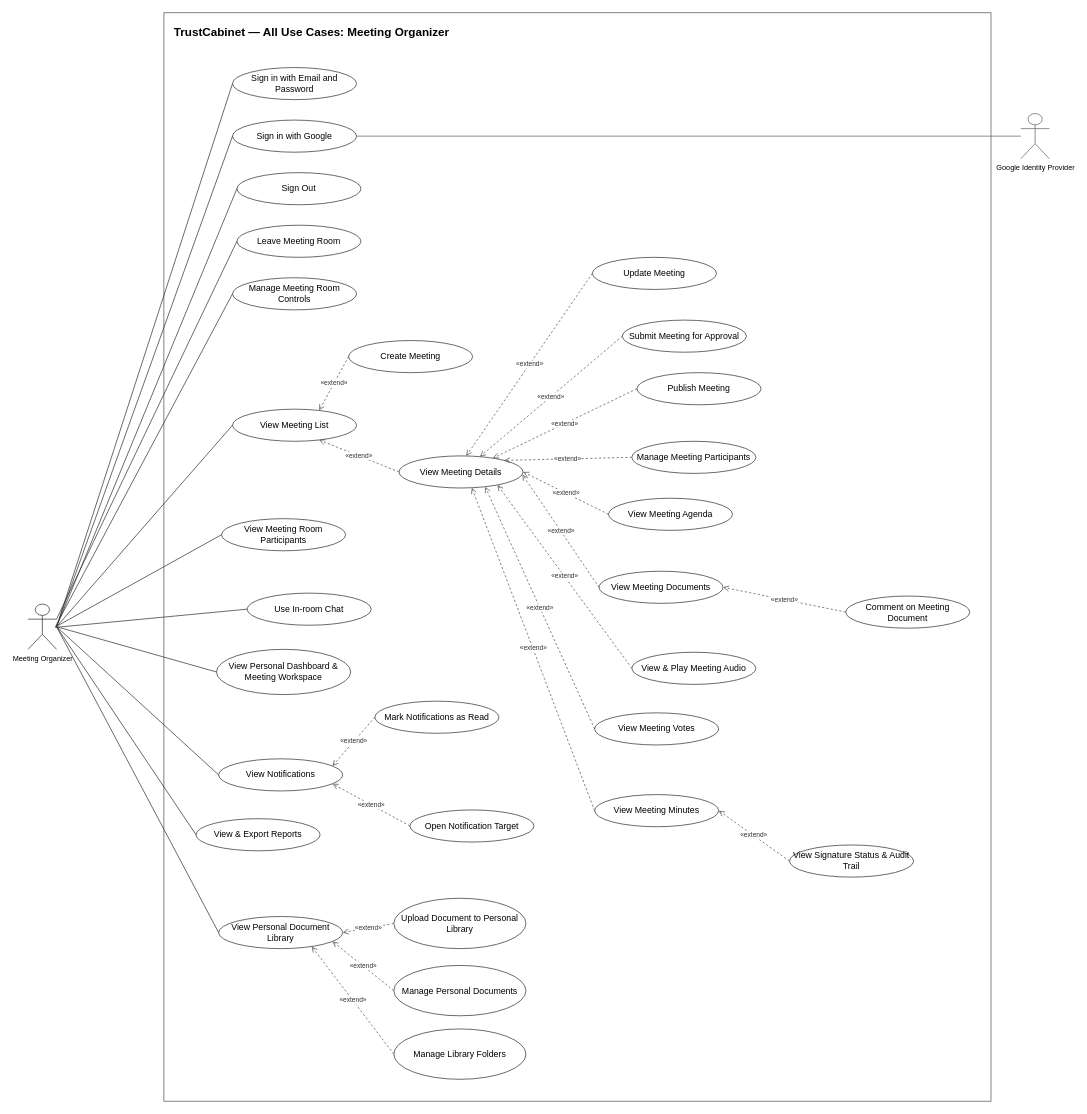
callmehai/FU-FA26-G116 keeps this draw.io diagram as page "Meeting Organizer" (2 of 7) of docs/14-uc-diagram/trustcabinet-use-cases.drawio. Above is the earlier version. Source tidied: cells renumbered, new cells numbered last; positions are measured from the earlier drawing's top-left corner, leaving out a move shared by most shapes. Both pictures are drawn from the tidied source at 73%, with x=0, y=0 at pixel (28, 12).
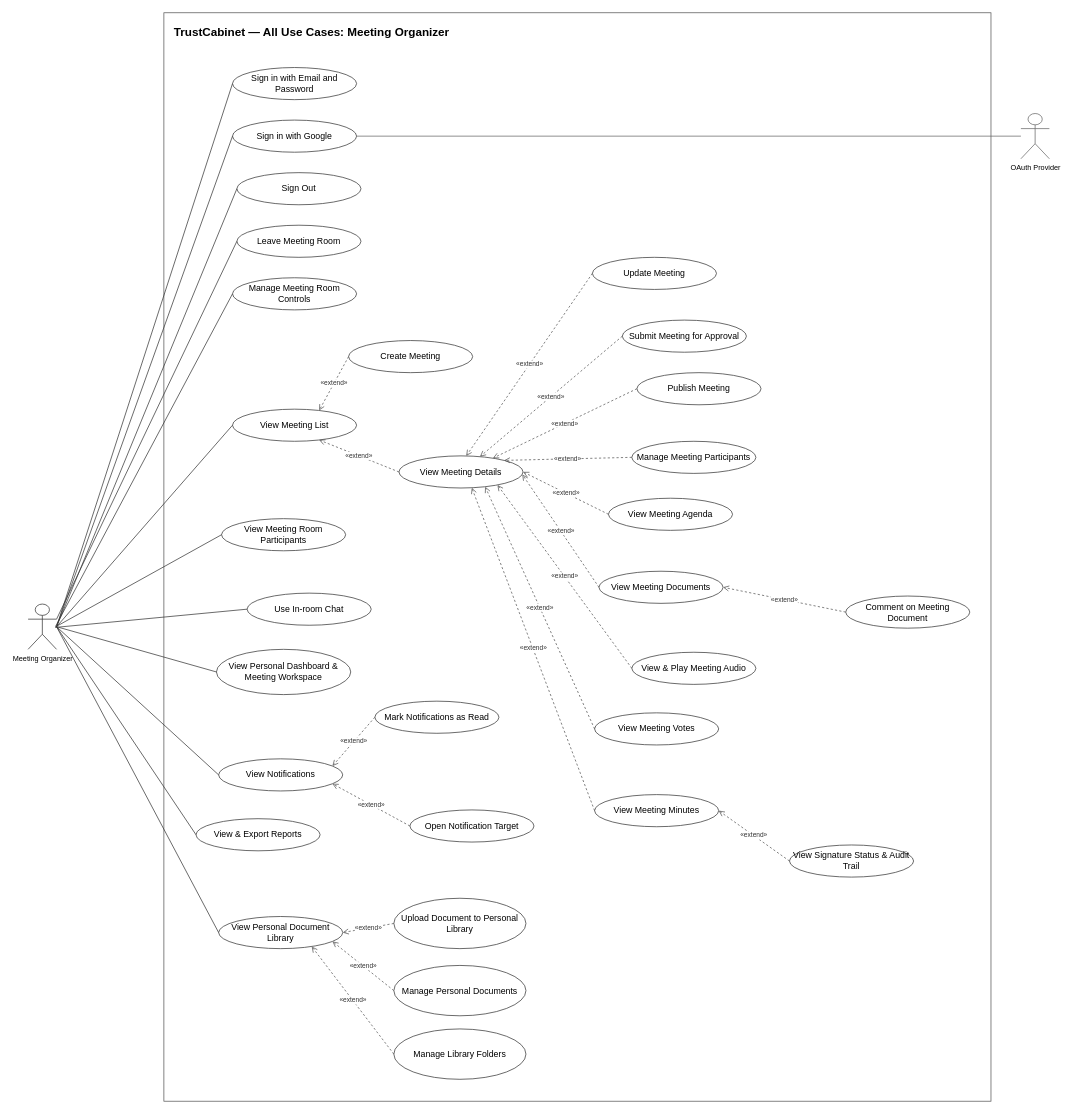
The same page after the edit.

Change to the diagram source:
```diff
@@
-    <mxCell id="60" value="Google Identity Provider" style="shape=umlActor;verticalLabelPosition=bottom;verticalAlign=top;html=1;outlineConnect=0;fillColor=#ffffff;strokeColor=#666666;fontSize=10;" parent="1" vertex="1">
+    <mxCell id="60" value="OAuth Provider" style="shape=umlActor;verticalLabelPosition=bottom;verticalAlign=top;html=1;outlineConnect=0;fillColor=#ffffff;strokeColor=#666666;fontSize=10;" parent="1" vertex="1">
       <mxGeometry x="1360" y="138" width="39" height="62" as="geometry" />
     </mxCell>
```
